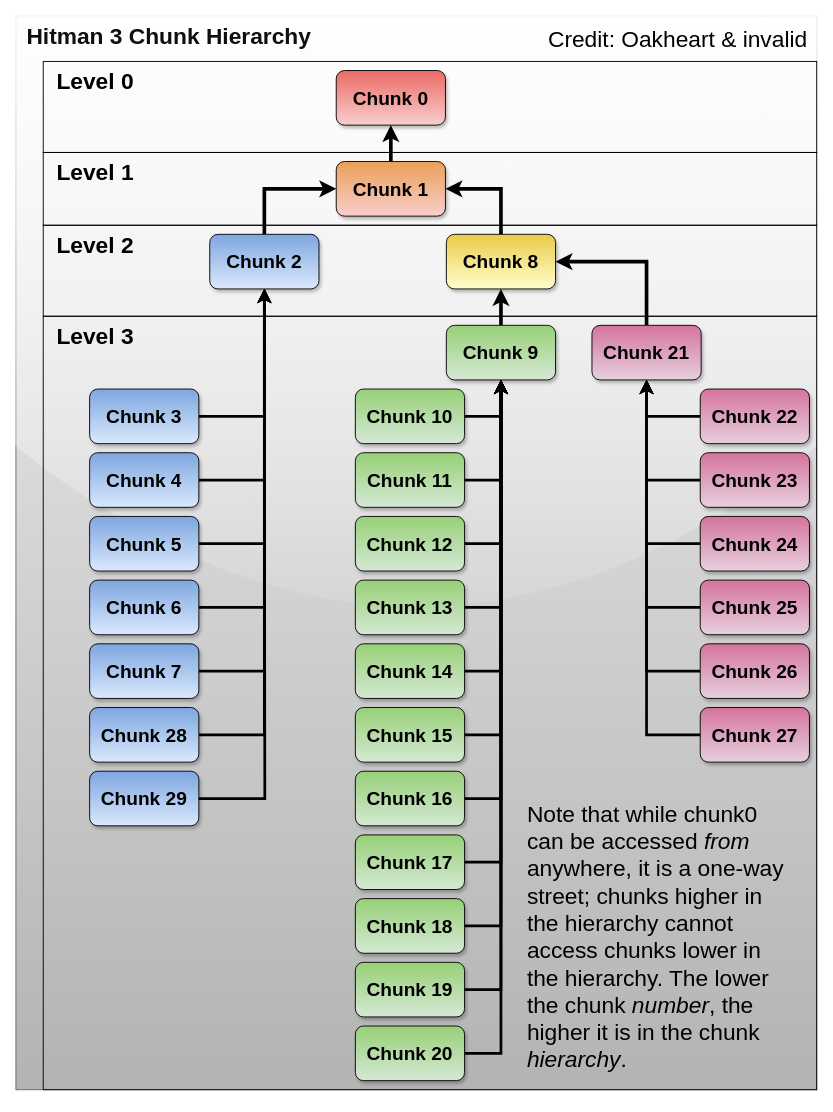
Above: static/media/chunkdata/chunk_data_diagram.drawio in glacier-modding/glaciermodding.org (draw.io), before the change. Source tidied: cells renumbered, new cells numbered last; positions are measured from the earlier drawing's top-left corner, leaving out a move shared by most shapes. Both pictures are drawn from the tidied source at 91%, with x=0, y=0 at pixel (15, 15).
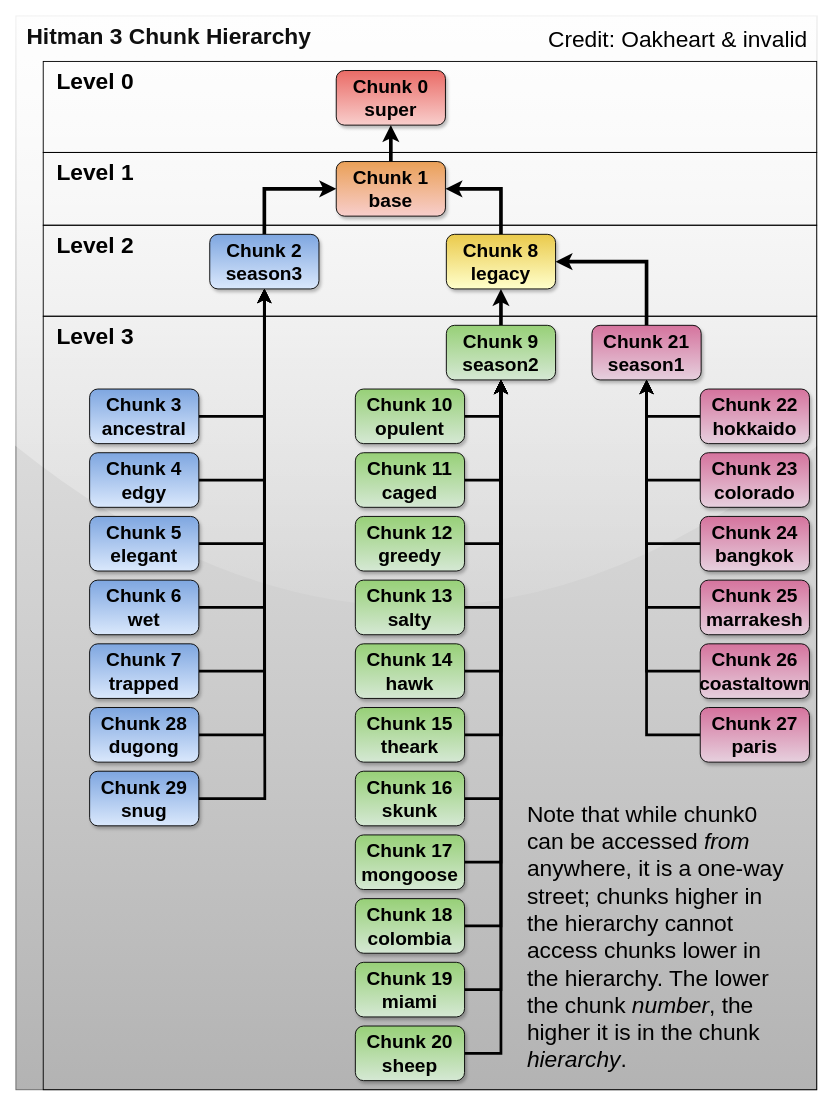
The same page after the edit.

Commit message (it also covers changes not shown here):
add chunk partition names to chunk data diagram

The edit, as a diff of the source:
```diff
@@
-    <mxCell id="8" value="&lt;font color=&quot;#000000&quot;&gt;Chunk 0&lt;/font&gt;" style="rounded=1;whiteSpace=wrap;html=1;flipH=0;flipV=1;fontStyle=1;fontSize=21;fillColor=#f8cecc;strokeColor=#000000;gradientColor=#ea6b66;shadow=1;" parent="1" vertex="1">
+    <mxCell id="8" value="&lt;div&gt;&lt;font color=&quot;#000000&quot;&gt;Chunk 0&lt;/font&gt;&lt;/div&gt;&lt;div&gt;super&lt;br&gt;&lt;/div&gt;" style="rounded=1;whiteSpace=wrap;html=1;flipH=0;flipV=1;fontStyle=1;fontSize=21;fillColor=#f8cecc;strokeColor=#000000;gradientColor=#ea6b66;shadow=1;" parent="1" vertex="1">
       <mxGeometry x="352" y="60" width="120" height="60" as="geometry" />
     </mxCell>
@@
-    <mxCell id="11" value="&lt;div style=&quot;font-size: 21px;&quot;&gt;Chunk 1&lt;/div&gt;" style="rounded=1;whiteSpace=wrap;html=1;flipH=0;flipV=1;fontStyle=1;fontSize=21;fillColor=#f8cecc;strokeColor=#000000;gradientColor=#EAA057;shadow=1;" parent="1" vertex="1">
+    <mxCell id="11" value="&lt;div style=&quot;font-size: 21px;&quot;&gt;Chunk 1&lt;/div&gt;&lt;div style=&quot;font-size: 21px;&quot;&gt;base&lt;br&gt;&lt;/div&gt;" style="rounded=1;whiteSpace=wrap;html=1;flipH=0;flipV=1;fontStyle=1;fontSize=21;fillColor=#f8cecc;strokeColor=#000000;gradientColor=#EAA057;shadow=1;" parent="1" vertex="1">
       <mxGeometry x="352" y="160" width="120" height="60" as="geometry" />
     </mxCell>
@@
-    <mxCell id="14" value="&lt;div style=&quot;font-size: 21px;&quot;&gt;Chunk 8&lt;br style=&quot;font-size: 21px;&quot;&gt;&lt;/div&gt;" style="rounded=1;whiteSpace=wrap;html=1;flipH=0;flipV=1;fontStyle=1;fontSize=21;fillColor=#FFFFCC;strokeColor=#000000;gradientColor=#EACA4B;glass=0;shadow=1;" parent="1" vertex="1">
+    <mxCell id="14" value="&lt;div style=&quot;font-size: 21px;&quot;&gt;Chunk 8&lt;br style=&quot;font-size: 21px;&quot;&gt;&lt;/div&gt;&lt;div&gt;legacy&lt;br&gt;&lt;/div&gt;" style="rounded=1;whiteSpace=wrap;html=1;flipH=0;flipV=1;fontStyle=1;fontSize=21;fillColor=#FFFFCC;strokeColor=#000000;gradientColor=#EACA4B;glass=0;shadow=1;" parent="1" vertex="1">
       <mxGeometry x="473" y="240" width="120" height="60" as="geometry" />
     </mxCell>
-    <mxCell id="15" value="&lt;div style=&quot;font-size: 21px;&quot;&gt;Chunk 2&lt;br style=&quot;font-size: 21px;&quot;&gt;&lt;/div&gt;" style="rounded=1;whiteSpace=wrap;html=1;flipH=0;flipV=1;fontStyle=1;fontSize=21;fillColor=#dae8fc;strokeColor=#000000;gradientColor=#7ea6e0;shadow=1;" parent="1" vertex="1">
+    <mxCell id="15" value="&lt;div style=&quot;font-size: 21px;&quot;&gt;Chunk 2&lt;/div&gt;&lt;div style=&quot;font-size: 21px;&quot;&gt;season3&lt;br&gt;&lt;/div&gt;" style="rounded=1;whiteSpace=wrap;html=1;flipH=0;flipV=1;fontStyle=1;fontSize=21;fillColor=#dae8fc;strokeColor=#000000;gradientColor=#7ea6e0;shadow=1;" parent="1" vertex="1">
       <mxGeometry x="213" y="240" width="120" height="60" as="geometry" />
     </mxCell>
@@
-    <mxCell id="17" value="&lt;div style=&quot;font-size: 21px;&quot;&gt;Chunk 7&lt;br style=&quot;font-size: 21px;&quot;&gt;&lt;/div&gt;" style="rounded=1;whiteSpace=wrap;html=1;flipH=0;flipV=1;fontStyle=1;fontSize=21;shadow=1;fillColor=#dae8fc;gradientColor=#7ea6e0;strokeColor=#000000;" parent="1" vertex="1">
+    <mxCell id="17" value="&lt;div style=&quot;font-size: 21px;&quot;&gt;Chunk 7&lt;br style=&quot;font-size: 21px;&quot;&gt;&lt;/div&gt;&lt;div&gt;trapped&lt;br&gt;&lt;/div&gt;" style="rounded=1;whiteSpace=wrap;html=1;flipH=0;flipV=1;fontStyle=1;fontSize=21;shadow=1;fillColor=#dae8fc;gradientColor=#7ea6e0;strokeColor=#000000;" parent="1" vertex="1">
       <mxGeometry x="81" y="690" width="120" height="60" as="geometry" />
     </mxCell>
@@
-    <mxCell id="19" value="&lt;div style=&quot;font-size: 21px;&quot;&gt;Chunk 6&lt;br style=&quot;font-size: 21px;&quot;&gt;&lt;/div&gt;" style="rounded=1;whiteSpace=wrap;html=1;flipH=0;flipV=1;fontStyle=1;fontSize=21;shadow=1;fillColor=#dae8fc;gradientColor=#7ea6e0;strokeColor=#000000;" parent="1" vertex="1">
+    <mxCell id="19" value="&lt;div style=&quot;font-size: 21px;&quot;&gt;Chunk 6&lt;br style=&quot;font-size: 21px;&quot;&gt;&lt;/div&gt;&lt;div&gt;wet&lt;br&gt;&lt;/div&gt;" style="rounded=1;whiteSpace=wrap;html=1;flipH=0;flipV=1;fontStyle=1;fontSize=21;shadow=1;fillColor=#dae8fc;gradientColor=#7ea6e0;strokeColor=#000000;" parent="1" vertex="1">
       <mxGeometry x="81" y="620" width="120" height="60" as="geometry" />
     </mxCell>
@@
-    <mxCell id="21" value="&lt;div style=&quot;font-size: 21px;&quot;&gt;Chunk 5&lt;br style=&quot;font-size: 21px;&quot;&gt;&lt;/div&gt;" style="rounded=1;whiteSpace=wrap;html=1;flipH=0;flipV=1;fontStyle=1;fontSize=21;shadow=1;fillColor=#dae8fc;gradientColor=#7ea6e0;strokeColor=#000000;" parent="1" vertex="1">
+    <mxCell id="21" value="&lt;div style=&quot;font-size: 21px;&quot;&gt;Chunk 5&lt;br style=&quot;font-size: 21px;&quot;&gt;&lt;/div&gt;&lt;div&gt;elegant&lt;br&gt;&lt;/div&gt;" style="rounded=1;whiteSpace=wrap;html=1;flipH=0;flipV=1;fontStyle=1;fontSize=21;shadow=1;fillColor=#dae8fc;gradientColor=#7ea6e0;strokeColor=#000000;" parent="1" vertex="1">
       <mxGeometry x="81" y="550" width="120" height="60" as="geometry" />
     </mxCell>
@@
-    <mxCell id="23" value="&lt;div style=&quot;font-size: 21px;&quot;&gt;Chunk 4&lt;br style=&quot;font-size: 21px;&quot;&gt;&lt;/div&gt;" style="rounded=1;whiteSpace=wrap;html=1;flipH=0;flipV=1;fontStyle=1;fontSize=21;shadow=1;fillColor=#dae8fc;gradientColor=#7ea6e0;strokeColor=#000000;" parent="1" vertex="1">
+    <mxCell id="23" value="&lt;div style=&quot;font-size: 21px;&quot;&gt;Chunk 4&lt;br style=&quot;font-size: 21px;&quot;&gt;&lt;/div&gt;&lt;div&gt;edgy&lt;br&gt;&lt;/div&gt;" style="rounded=1;whiteSpace=wrap;html=1;flipH=0;flipV=1;fontStyle=1;fontSize=21;shadow=1;fillColor=#dae8fc;gradientColor=#7ea6e0;strokeColor=#000000;" parent="1" vertex="1">
       <mxGeometry x="81" y="480" width="120" height="60" as="geometry" />
     </mxCell>
@@
-    <mxCell id="25" value="&lt;div style=&quot;font-size: 21px;&quot;&gt;Chunk 3&lt;br style=&quot;font-size: 21px;&quot;&gt;&lt;/div&gt;" style="rounded=1;whiteSpace=wrap;html=1;flipH=0;flipV=1;fontStyle=1;fontSize=21;shadow=1;fillColor=#dae8fc;gradientColor=#7ea6e0;strokeColor=#000000;" parent="1" vertex="1">
+    <mxCell id="25" value="&lt;div style=&quot;font-size: 21px;&quot;&gt;Chunk 3&lt;br style=&quot;font-size: 21px;&quot;&gt;&lt;/div&gt;&lt;div&gt;ancestral&lt;br&gt;&lt;/div&gt;" style="rounded=1;whiteSpace=wrap;html=1;flipH=0;flipV=1;fontStyle=1;fontSize=21;shadow=1;fillColor=#dae8fc;gradientColor=#7ea6e0;strokeColor=#000000;" parent="1" vertex="1">
       <mxGeometry x="81" y="410" width="120" height="60" as="geometry" />
     </mxCell>
-    <mxCell id="26" value="&lt;div style=&quot;font-size: 21px;&quot;&gt;Chunk 9&lt;br style=&quot;font-size: 21px;&quot;&gt;&lt;/div&gt;" style="rounded=1;whiteSpace=wrap;html=1;flipH=0;flipV=1;fontStyle=1;fontSize=21;fillColor=#d5e8d4;strokeColor=#000000;gradientColor=#97d077;shadow=1;" parent="1" vertex="1">
+    <mxCell id="26" value="&lt;div style=&quot;font-size: 21px;&quot;&gt;Chunk 9&lt;br style=&quot;font-size: 21px;&quot;&gt;&lt;/div&gt;&lt;div&gt;season2&lt;br&gt;&lt;/div&gt;" style="rounded=1;whiteSpace=wrap;html=1;flipH=0;flipV=1;fontStyle=1;fontSize=21;fillColor=#d5e8d4;strokeColor=#000000;gradientColor=#97d077;shadow=1;" parent="1" vertex="1">
       <mxGeometry x="473" y="340" width="120" height="60" as="geometry" />
     </mxCell>
-    <mxCell id="27" value="&lt;div style=&quot;font-size: 21px;&quot;&gt;Chunk 21&lt;br style=&quot;font-size: 21px;&quot;&gt;&lt;/div&gt;" style="rounded=1;whiteSpace=wrap;html=1;flipH=0;flipV=1;fontStyle=1;fontSize=21;fillColor=#e6d0de;strokeColor=#000000;shadow=1;gradientColor=#d5739d;" parent="1" vertex="1">
+    <mxCell id="27" value="&lt;div style=&quot;font-size: 21px;&quot;&gt;Chunk 21&lt;br style=&quot;font-size: 21px;&quot;&gt;&lt;/div&gt;&lt;div&gt;season1&lt;br&gt;&lt;/div&gt;" style="rounded=1;whiteSpace=wrap;html=1;flipH=0;flipV=1;fontStyle=1;fontSize=21;fillColor=#e6d0de;strokeColor=#000000;shadow=1;gradientColor=#d5739d;" parent="1" vertex="1">
       <mxGeometry x="633" y="340" width="120" height="60" as="geometry" />
     </mxCell>
@@
-    <mxCell id="29" value="&lt;div style=&quot;font-size: 21px;&quot;&gt;Chunk 10&lt;br style=&quot;font-size: 21px;&quot;&gt;&lt;/div&gt;" style="rounded=1;whiteSpace=wrap;html=1;flipH=0;flipV=1;fontStyle=1;fontSize=21;fillColor=#d5e8d4;strokeColor=#000000;shadow=1;gradientColor=#97d077;" parent="1" vertex="1">
+    <mxCell id="29" value="&lt;div style=&quot;font-size: 21px;&quot;&gt;Chunk 10&lt;br style=&quot;font-size: 21px;&quot;&gt;&lt;/div&gt;&lt;div&gt;opulent&lt;br&gt;&lt;/div&gt;" style="rounded=1;whiteSpace=wrap;html=1;flipH=0;flipV=1;fontStyle=1;fontSize=21;fillColor=#d5e8d4;strokeColor=#000000;shadow=1;gradientColor=#97d077;" parent="1" vertex="1">
       <mxGeometry x="373" y="410" width="120" height="60" as="geometry" />
     </mxCell>
@@
-    <mxCell id="31" value="&lt;div style=&quot;font-size: 21px;&quot;&gt;Chunk 11&lt;br style=&quot;font-size: 21px;&quot;&gt;&lt;/div&gt;" style="rounded=1;whiteSpace=wrap;html=1;flipH=0;flipV=1;fontStyle=1;fontSize=21;shadow=1;fillColor=#d5e8d4;gradientColor=#97d077;strokeColor=#000000;" parent="1" vertex="1">
+    <mxCell id="31" value="&lt;div style=&quot;font-size: 21px;&quot;&gt;Chunk 11&lt;br style=&quot;font-size: 21px;&quot;&gt;&lt;/div&gt;&lt;div&gt;caged&lt;br&gt;&lt;/div&gt;" style="rounded=1;whiteSpace=wrap;html=1;flipH=0;flipV=1;fontStyle=1;fontSize=21;shadow=1;fillColor=#d5e8d4;gradientColor=#97d077;strokeColor=#000000;" parent="1" vertex="1">
       <mxGeometry x="373" y="480" width="120" height="60" as="geometry" />
     </mxCell>
@@
-    <mxCell id="33" value="&lt;div style=&quot;font-size: 21px;&quot;&gt;Chunk 12&lt;br style=&quot;font-size: 21px;&quot;&gt;&lt;/div&gt;" style="rounded=1;whiteSpace=wrap;html=1;flipH=0;flipV=1;fontStyle=1;fontSize=21;shadow=1;fillColor=#d5e8d4;gradientColor=#97d077;strokeColor=#000000;" parent="1" vertex="1">
+    <mxCell id="33" value="&lt;div style=&quot;font-size: 21px;&quot;&gt;Chunk 12&lt;br style=&quot;font-size: 21px;&quot;&gt;&lt;/div&gt;&lt;div&gt;greedy&lt;br&gt;&lt;/div&gt;" style="rounded=1;whiteSpace=wrap;html=1;flipH=0;flipV=1;fontStyle=1;fontSize=21;shadow=1;fillColor=#d5e8d4;gradientColor=#97d077;strokeColor=#000000;" parent="1" vertex="1">
       <mxGeometry x="373" y="550" width="120" height="60" as="geometry" />
     </mxCell>
@@
-    <mxCell id="35" value="&lt;div style=&quot;font-size: 21px;&quot;&gt;Chunk 13&lt;br style=&quot;font-size: 21px;&quot;&gt;&lt;/div&gt;" style="rounded=1;whiteSpace=wrap;html=1;flipH=0;flipV=1;fontStyle=1;fontSize=21;shadow=1;fillColor=#d5e8d4;gradientColor=#97d077;strokeColor=#000000;" parent="1" vertex="1">
+    <mxCell id="35" value="&lt;div style=&quot;font-size: 21px;&quot;&gt;Chunk 13&lt;br style=&quot;font-size: 21px;&quot;&gt;&lt;/div&gt;&lt;div&gt;salty&lt;br&gt;&lt;/div&gt;" style="rounded=1;whiteSpace=wrap;html=1;flipH=0;flipV=1;fontStyle=1;fontSize=21;shadow=1;fillColor=#d5e8d4;gradientColor=#97d077;strokeColor=#000000;" parent="1" vertex="1">
       <mxGeometry x="373" y="620" width="120" height="60" as="geometry" />
     </mxCell>
@@
-    <mxCell id="37" value="&lt;div style=&quot;font-size: 21px;&quot;&gt;Chunk 14&lt;br style=&quot;font-size: 21px;&quot;&gt;&lt;/div&gt;" style="rounded=1;whiteSpace=wrap;html=1;flipH=0;flipV=1;fontStyle=1;fontSize=21;shadow=1;fillColor=#d5e8d4;gradientColor=#97d077;strokeColor=#000000;" parent="1" vertex="1">
+    <mxCell id="37" value="&lt;div style=&quot;font-size: 21px;&quot;&gt;Chunk 14&lt;br style=&quot;font-size: 21px;&quot;&gt;&lt;/div&gt;&lt;div&gt;hawk&lt;br&gt;&lt;/div&gt;" style="rounded=1;whiteSpace=wrap;html=1;flipH=0;flipV=1;fontStyle=1;fontSize=21;shadow=1;fillColor=#d5e8d4;gradientColor=#97d077;strokeColor=#000000;" parent="1" vertex="1">
       <mxGeometry x="373" y="690" width="120" height="60" as="geometry" />
     </mxCell>
@@
-    <mxCell id="39" value="&lt;div style=&quot;font-size: 21px;&quot;&gt;Chunk 15&lt;br style=&quot;font-size: 21px;&quot;&gt;&lt;/div&gt;" style="rounded=1;whiteSpace=wrap;html=1;flipH=0;flipV=1;fontStyle=1;fontSize=21;shadow=1;fillColor=#d5e8d4;gradientColor=#97d077;strokeColor=#000000;" parent="1" vertex="1">
+    <mxCell id="39" value="&lt;div style=&quot;font-size: 21px;&quot;&gt;Chunk 15&lt;br style=&quot;font-size: 21px;&quot;&gt;&lt;/div&gt;&lt;div&gt;theark&lt;br&gt;&lt;/div&gt;" style="rounded=1;whiteSpace=wrap;html=1;flipH=0;flipV=1;fontStyle=1;fontSize=21;shadow=1;fillColor=#d5e8d4;gradientColor=#97d077;strokeColor=#000000;" parent="1" vertex="1">
       <mxGeometry x="373" y="760" width="120" height="60" as="geometry" />
     </mxCell>
@@
-    <mxCell id="41" value="&lt;div style=&quot;font-size: 21px;&quot;&gt;Chunk 16&lt;br style=&quot;font-size: 21px;&quot;&gt;&lt;/div&gt;" style="rounded=1;whiteSpace=wrap;html=1;flipH=0;flipV=1;fontStyle=1;fontSize=21;shadow=1;fillColor=#d5e8d4;gradientColor=#97d077;strokeColor=#000000;" parent="1" vertex="1">
+    <mxCell id="41" value="&lt;div style=&quot;font-size: 21px;&quot;&gt;Chunk 16&lt;br style=&quot;font-size: 21px;&quot;&gt;&lt;/div&gt;&lt;div&gt;skunk&lt;br&gt;&lt;/div&gt;" style="rounded=1;whiteSpace=wrap;html=1;flipH=0;flipV=1;fontStyle=1;fontSize=21;shadow=1;fillColor=#d5e8d4;gradientColor=#97d077;strokeColor=#000000;" parent="1" vertex="1">
       <mxGeometry x="373" y="830" width="120" height="60" as="geometry" />
     </mxCell>
@@
-    <mxCell id="43" value="&lt;div style=&quot;font-size: 21px;&quot;&gt;Chunk 17&lt;br style=&quot;font-size: 21px;&quot;&gt;&lt;/div&gt;" style="rounded=1;whiteSpace=wrap;html=1;flipH=0;flipV=1;fontStyle=1;fontSize=21;shadow=1;fillColor=#d5e8d4;gradientColor=#97d077;strokeColor=#000000;" parent="1" vertex="1">
+    <mxCell id="43" value="&lt;div style=&quot;font-size: 21px;&quot;&gt;Chunk 17&lt;br style=&quot;font-size: 21px;&quot;&gt;&lt;/div&gt;&lt;div&gt;mongoose&lt;br&gt;&lt;/div&gt;" style="rounded=1;whiteSpace=wrap;html=1;flipH=0;flipV=1;fontStyle=1;fontSize=21;shadow=1;fillColor=#d5e8d4;gradientColor=#97d077;strokeColor=#000000;" parent="1" vertex="1">
       <mxGeometry x="373" y="900" width="120" height="60" as="geometry" />
     </mxCell>
@@
-    <mxCell id="45" value="&lt;div style=&quot;font-size: 21px;&quot;&gt;Chunk 18&lt;br style=&quot;font-size: 21px;&quot;&gt;&lt;/div&gt;" style="rounded=1;whiteSpace=wrap;html=1;flipH=0;flipV=1;fontStyle=1;fontSize=21;shadow=1;fillColor=#d5e8d4;gradientColor=#97d077;strokeColor=#000000;" parent="1" vertex="1">
+    <mxCell id="45" value="&lt;div style=&quot;font-size: 21px;&quot;&gt;Chunk 18&lt;br style=&quot;font-size: 21px;&quot;&gt;&lt;/div&gt;&lt;div&gt;colombia&lt;br&gt;&lt;/div&gt;" style="rounded=1;whiteSpace=wrap;html=1;flipH=0;flipV=1;fontStyle=1;fontSize=21;shadow=1;fillColor=#d5e8d4;gradientColor=#97d077;strokeColor=#000000;" parent="1" vertex="1">
       <mxGeometry x="373" y="970" width="120" height="60" as="geometry" />
     </mxCell>
@@
-    <mxCell id="47" value="&lt;div style=&quot;font-size: 21px;&quot;&gt;Chunk 19&lt;br style=&quot;font-size: 21px;&quot;&gt;&lt;/div&gt;" style="rounded=1;whiteSpace=wrap;html=1;flipH=0;flipV=1;fontSize=21;fontStyle=1;shadow=1;fillColor=#d5e8d4;gradientColor=#97d077;strokeColor=#000000;" parent="1" vertex="1">
+    <mxCell id="47" value="&lt;div style=&quot;font-size: 21px;&quot;&gt;Chunk 19&lt;br style=&quot;font-size: 21px;&quot;&gt;&lt;/div&gt;&lt;div&gt;miami&lt;br&gt;&lt;/div&gt;" style="rounded=1;whiteSpace=wrap;html=1;flipH=0;flipV=1;fontSize=21;fontStyle=1;shadow=1;fillColor=#d5e8d4;gradientColor=#97d077;strokeColor=#000000;" parent="1" vertex="1">
       <mxGeometry x="373" y="1040" width="120" height="60" as="geometry" />
     </mxCell>
@@
-    <mxCell id="49" value="&lt;div style=&quot;font-size: 21px;&quot;&gt;Chunk 20&lt;br style=&quot;font-size: 21px;&quot;&gt;&lt;/div&gt;" style="rounded=1;whiteSpace=wrap;html=1;flipH=0;flipV=1;fontStyle=1;fontSize=21;shadow=1;fillColor=#d5e8d4;gradientColor=#97d077;strokeColor=#000000;" parent="1" vertex="1">
+    <mxCell id="49" value="&lt;div style=&quot;font-size: 21px;&quot;&gt;Chunk 20&lt;br style=&quot;font-size: 21px;&quot;&gt;&lt;/div&gt;&lt;div&gt;sheep&lt;/div&gt;" style="rounded=1;whiteSpace=wrap;html=1;flipH=0;flipV=1;fontStyle=1;fontSize=21;shadow=1;fillColor=#d5e8d4;gradientColor=#97d077;strokeColor=#000000;" parent="1" vertex="1">
       <mxGeometry x="373" y="1110" width="120" height="60" as="geometry" />
     </mxCell>
@@
-    <mxCell id="51" value="&lt;div style=&quot;font-size: 21px;&quot;&gt;Chunk 22&lt;br style=&quot;font-size: 21px;&quot;&gt;&lt;/div&gt;" style="rounded=1;whiteSpace=wrap;html=1;flipH=0;flipV=1;fontStyle=1;fontSize=21;shadow=1;fillColor=#e6d0de;gradientColor=#d5739d;strokeColor=#000000;" parent="1" vertex="1">
+    <mxCell id="51" value="&lt;div style=&quot;font-size: 21px;&quot;&gt;Chunk 22&lt;br style=&quot;font-size: 21px;&quot;&gt;&lt;/div&gt;&lt;div&gt;hokkaido&lt;br&gt;&lt;/div&gt;" style="rounded=1;whiteSpace=wrap;html=1;flipH=0;flipV=1;fontStyle=1;fontSize=21;shadow=1;fillColor=#e6d0de;gradientColor=#d5739d;strokeColor=#000000;" parent="1" vertex="1">
       <mxGeometry x="752" y="410" width="120" height="60" as="geometry" />
     </mxCell>
@@
-    <mxCell id="53" value="&lt;div style=&quot;font-size: 21px;&quot;&gt;Chunk 23&lt;br style=&quot;font-size: 21px;&quot;&gt;&lt;/div&gt;" style="rounded=1;whiteSpace=wrap;html=1;flipH=0;flipV=1;fontStyle=1;fontSize=21;shadow=1;fillColor=#e6d0de;gradientColor=#d5739d;strokeColor=#000000;" parent="1" vertex="1">
+    <mxCell id="53" value="&lt;div style=&quot;font-size: 21px;&quot;&gt;Chunk 23&lt;br style=&quot;font-size: 21px;&quot;&gt;&lt;/div&gt;&lt;div&gt;colorado&lt;br&gt;&lt;/div&gt;" style="rounded=1;whiteSpace=wrap;html=1;flipH=0;flipV=1;fontStyle=1;fontSize=21;shadow=1;fillColor=#e6d0de;gradientColor=#d5739d;strokeColor=#000000;" parent="1" vertex="1">
       <mxGeometry x="752" y="480" width="120" height="60" as="geometry" />
     </mxCell>
@@
-    <mxCell id="55" value="&lt;div style=&quot;font-size: 21px;&quot;&gt;Chunk 24&lt;br style=&quot;font-size: 21px;&quot;&gt;&lt;/div&gt;" style="rounded=1;whiteSpace=wrap;html=1;flipH=0;flipV=1;fontStyle=1;fontSize=21;shadow=1;fillColor=#e6d0de;gradientColor=#d5739d;strokeColor=#000000;" parent="1" vertex="1">
+    <mxCell id="55" value="&lt;div style=&quot;font-size: 21px;&quot;&gt;Chunk 24&lt;br style=&quot;font-size: 21px;&quot;&gt;&lt;/div&gt;&lt;div&gt;bangkok&lt;br&gt;&lt;/div&gt;" style="rounded=1;whiteSpace=wrap;html=1;flipH=0;flipV=1;fontStyle=1;fontSize=21;shadow=1;fillColor=#e6d0de;gradientColor=#d5739d;strokeColor=#000000;" parent="1" vertex="1">
       <mxGeometry x="752" y="550" width="120" height="60" as="geometry" />
     </mxCell>
@@
-    <mxCell id="57" value="&lt;div style=&quot;font-size: 21px;&quot;&gt;Chunk 25&lt;br style=&quot;font-size: 21px;&quot;&gt;&lt;/div&gt;" style="rounded=1;whiteSpace=wrap;html=1;flipH=0;flipV=1;fontStyle=1;fontSize=21;shadow=1;fillColor=#e6d0de;gradientColor=#d5739d;strokeColor=#000000;" parent="1" vertex="1">
+    <mxCell id="57" value="&lt;div style=&quot;font-size: 21px;&quot;&gt;Chunk 25&lt;br style=&quot;font-size: 21px;&quot;&gt;&lt;/div&gt;&lt;div&gt;marrakesh&lt;br&gt;&lt;/div&gt;" style="rounded=1;whiteSpace=wrap;html=1;flipH=0;flipV=1;fontStyle=1;fontSize=21;shadow=1;fillColor=#e6d0de;gradientColor=#d5739d;strokeColor=#000000;" parent="1" vertex="1">
       <mxGeometry x="752" y="620" width="120" height="60" as="geometry" />
     </mxCell>
@@
-    <mxCell id="59" value="&lt;div style=&quot;font-size: 21px;&quot;&gt;Chunk 26&lt;br style=&quot;font-size: 21px;&quot;&gt;&lt;/div&gt;" style="rounded=1;whiteSpace=wrap;html=1;flipH=0;flipV=1;fontStyle=1;fontSize=21;shadow=1;fillColor=#e6d0de;gradientColor=#d5739d;strokeColor=#000000;" parent="1" vertex="1">
+    <mxCell id="59" value="&lt;div style=&quot;font-size: 21px;&quot;&gt;Chunk 26&lt;br style=&quot;font-size: 21px;&quot;&gt;&lt;/div&gt;&lt;div&gt;coastaltown&lt;br&gt;&lt;/div&gt;" style="rounded=1;whiteSpace=wrap;html=1;flipH=0;flipV=1;fontStyle=1;fontSize=21;shadow=1;fillColor=#e6d0de;gradientColor=#d5739d;strokeColor=#000000;" parent="1" vertex="1">
       <mxGeometry x="752" y="690" width="120" height="60" as="geometry" />
     </mxCell>
@@
-    <mxCell id="61" value="&lt;div style=&quot;font-size: 21px;&quot;&gt;Chunk 27&lt;br style=&quot;font-size: 21px;&quot;&gt;&lt;/div&gt;" style="rounded=1;whiteSpace=wrap;html=1;flipH=0;flipV=1;fontStyle=1;fontSize=21;shadow=1;fillColor=#e6d0de;gradientColor=#d5739d;strokeColor=#000000;" parent="1" vertex="1">
+    <mxCell id="61" value="&lt;div style=&quot;font-size: 21px;&quot;&gt;Chunk 27&lt;br style=&quot;font-size: 21px;&quot;&gt;&lt;/div&gt;&lt;div&gt;paris&lt;br&gt;&lt;/div&gt;" style="rounded=1;whiteSpace=wrap;html=1;flipH=0;flipV=1;fontStyle=1;fontSize=21;shadow=1;fillColor=#e6d0de;gradientColor=#d5739d;strokeColor=#000000;" parent="1" vertex="1">
       <mxGeometry x="752" y="760" width="120" height="60" as="geometry" />
     </mxCell>
@@
-    <mxCell id="65" value="&lt;div style=&quot;font-size: 21px;&quot;&gt;Chunk 28&lt;/div&gt;" style="rounded=1;whiteSpace=wrap;html=1;flipH=0;flipV=1;fontStyle=1;fontSize=21;shadow=1;fillColor=#dae8fc;gradientColor=#7ea6e0;strokeColor=#000000;" parent="1" vertex="1">
+    <mxCell id="65" value="&lt;div style=&quot;font-size: 21px;&quot;&gt;Chunk 28&lt;/div&gt;&lt;div&gt;dugong&lt;br&gt;&lt;/div&gt;" style="rounded=1;whiteSpace=wrap;html=1;flipH=0;flipV=1;fontStyle=1;fontSize=21;shadow=1;fillColor=#dae8fc;gradientColor=#7ea6e0;strokeColor=#000000;" parent="1" vertex="1">
       <mxGeometry x="81" y="760" width="120" height="60" as="geometry" />
     </mxCell>
-    <mxCell id="66" value="&lt;div style=&quot;font-size: 21px;&quot;&gt;Chunk 29&lt;/div&gt;" style="rounded=1;whiteSpace=wrap;html=1;flipH=0;flipV=1;fontStyle=1;fontSize=21;shadow=1;fillColor=#dae8fc;gradientColor=#7ea6e0;strokeColor=#000000;" parent="1" vertex="1">
+    <mxCell id="66" value="&lt;div style=&quot;font-size: 21px;&quot;&gt;Chunk 29&lt;/div&gt;&lt;div&gt;snug&lt;br&gt;&lt;/div&gt;" style="rounded=1;whiteSpace=wrap;html=1;flipH=0;flipV=1;fontStyle=1;fontSize=21;shadow=1;fillColor=#dae8fc;gradientColor=#7ea6e0;strokeColor=#000000;" parent="1" vertex="1">
       <mxGeometry x="81" y="830" width="120" height="60" as="geometry" />
     </mxCell>
```
